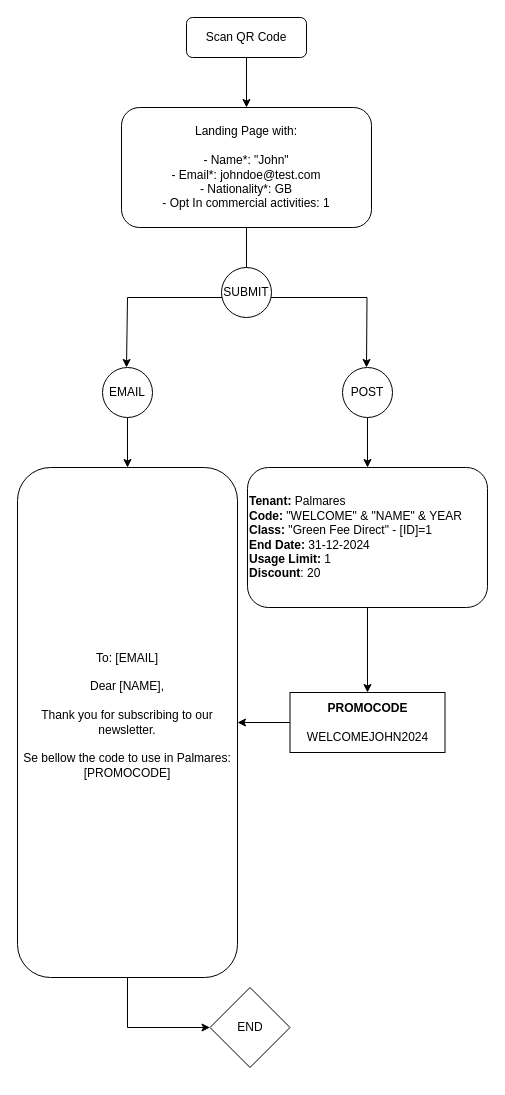
Above: Subscription Code GM.drawio in tiagorcarneiro/tiagorcarneiro (draw.io), before the change. Source tidied: cells renumbered, new cells numbered last; positions are measured from the earlier drawing's top-left corner, leaving out a move shared by most shapes. Both pictures are drawn from the tidied source at 100%, with x=0, y=0 at pixel (17, 17).
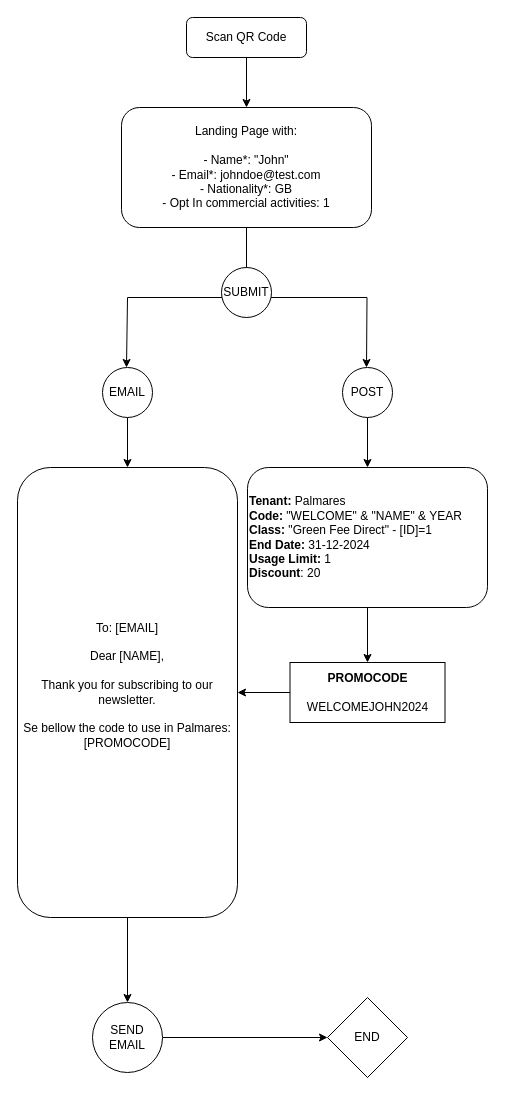
Above is the later version.

Change to the diagram source:
```diff
@@
-    <mxCell id="13" style="edgeStyle=orthogonalEdgeStyle;rounded=0;jettySize=auto;html=1;entryX=0;entryY=0.5;entryDx=0;entryDy=0;" parent="1" edge="1" source="14" target="18">
-      <mxGeometry relative="1" as="geometry" />
-    </mxCell>
+    <mxCell id="19" style="edgeStyle=orthogonalEdgeStyle;rounded=0;jettySize=auto;html=1;" parent="1" edge="1" source="14" target="21">
+      <mxGeometry relative="1" as="geometry" />
+    </mxCell>
     <mxCell id="14" value="&lt;div&gt;To: [EMAIL]&lt;/div&gt;&lt;div&gt;&lt;br&gt;&lt;/div&gt;Dear [NAME],&lt;div&gt;&lt;br&gt;&lt;/div&gt;&lt;div&gt;Thank you for subscribing to our newsletter.&lt;/div&gt;&lt;div&gt;&lt;br&gt;&lt;/div&gt;&lt;div&gt;Se bellow the code to use in Palmares:&lt;/div&gt;&lt;div&gt;[PROMOCODE]&lt;/div&gt;&lt;div&gt;&lt;br&gt;&lt;/div&gt;" style="rounded=1;whiteSpace=wrap;html=1;" parent="1" vertex="1">
-      <mxGeometry y="450" width="220" height="510" as="geometry" />
+      <mxGeometry y="450" width="220" height="450" as="geometry" />
     </mxCell>
@@
     <mxCell id="17" value="&lt;b&gt;PROMOCODE&lt;/b&gt;&lt;div&gt;&lt;br&gt;&lt;/div&gt;&lt;div&gt;&lt;span style=&quot;text-align: left;&quot;&gt;WELCOMEJOHN2024&lt;/span&gt;&lt;br&gt;&lt;/div&gt;" style="rounded=0;whiteSpace=wrap;html=1;" parent="1" vertex="1">
-      <mxGeometry x="272.5" y="675" width="155" height="60" as="geometry" />
+      <mxGeometry x="272.5" y="645" width="155" height="60" as="geometry" />
     </mxCell>
     <mxCell id="18" value="END" style="rhombus;whiteSpace=wrap;html=1;" parent="1" vertex="1">
-      <mxGeometry x="192.5" y="970" width="80" height="80" as="geometry" />
+      <mxGeometry x="310" y="980" width="80" height="80" as="geometry" />
     </mxCell>
+    <mxCell id="20" style="edgeStyle=orthogonalEdgeStyle;rounded=0;jettySize=auto;html=1;" parent="1" edge="1" source="21" target="18">
+      <mxGeometry relative="1" as="geometry" />
+    </mxCell>
+    <mxCell id="21" value="SEND&lt;div&gt;&lt;span style=&quot;background-color: initial;&quot;&gt;EMAIL&lt;/span&gt;&lt;/div&gt;" style="ellipse;whiteSpace=wrap;html=1;" parent="1" vertex="1">
+      <mxGeometry x="75" y="985" width="70" height="70" as="geometry" />
+    </mxCell>
```
